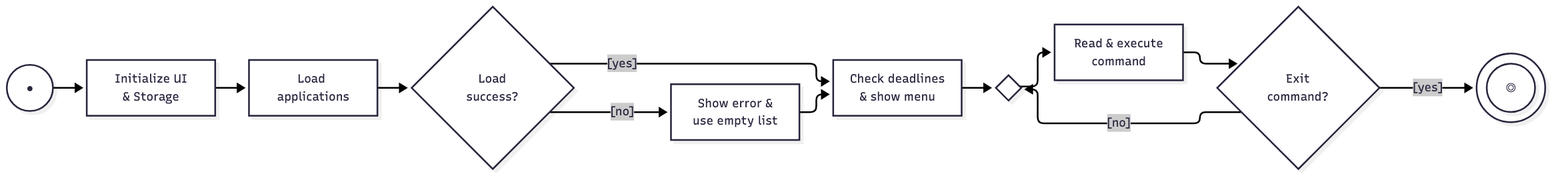
Above: docs/diagrams/application-lifecycle.png in AY2627S1-CS2113-T10-2/tp (Mermaid), before the change. Its source is kept beside it as docs/diagrams/sources/application-lifecycle.mmd.
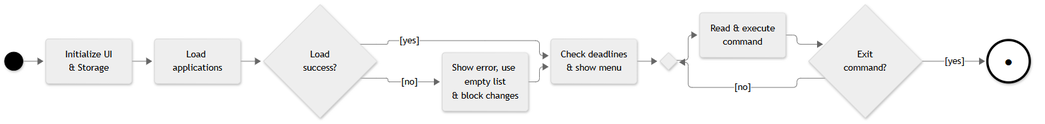
After the change.

Diff of the diagram source:
```diff
@@ -1,12 +1,15 @@
+%%{init: {'theme': 'neutral'}}%%
 flowchart LR
-    Start((●)) --> Init["Initialize UI<br/>& Storage"]
-    Init --> Load["Load applications"]
+    Start(( )):::start --> Init("Initialize UI<br/>& Storage")
+    Init --> Load("Load applications")
     Load --> CheckLoad{"Load<br/>success?"}
-    CheckLoad -->|"[yes]"| Warn["Check deadlines<br/>& show menu"]
-    CheckLoad -->|"[no]"| Fallback["Show error &<br/>use empty list"]
+    CheckLoad -->|"[yes]"| Warn("Check deadlines<br/>& show menu")
+    CheckLoad -->|"[no]"| Fallback("Show error, use empty list<br/>& block changes")
     Fallback --> Warn
     Warn --> MergeRead{ }
-    MergeRead --> Read["Read & execute<br/>command"]
+    MergeRead --> Read("Read & execute<br/>command")
     Read --> CheckExit{"Exit<br/>command?"}
     CheckExit -->|"[no]"| MergeRead
-    CheckExit -->|"[yes]"| End(((◎)))
+    CheckExit -->|"[yes]"| End(("●")):::finish
+    classDef start fill:#000,stroke:#000
+    classDef finish fill:#fff,stroke:#000,stroke-width:4px,font-size:26px
```
